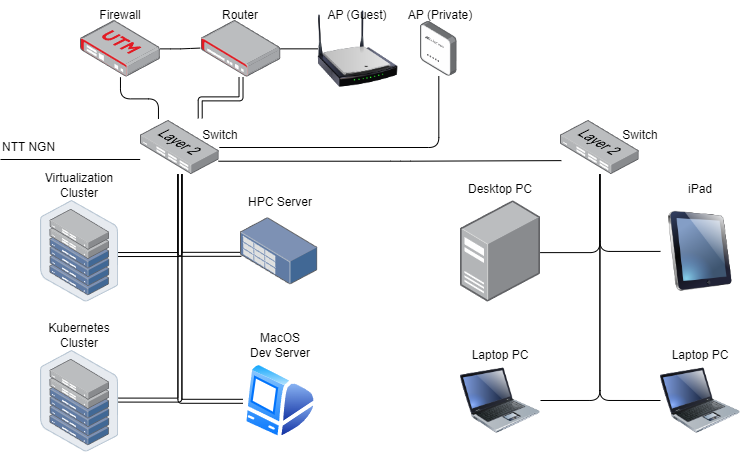
Earlier version of the draw.io export network/design/physical.drawio.png (dodolia907/Infra). Source tidied: cells renumbered, new cells last; positions are measured from the earlier drawing's top-left corner, leaving out a move shared by most shapes. Source of this version:
```xml
<mxGraphModel>
  <root>
    <mxCell id="0" />
    <mxCell id="1" parent="0" />
    <mxCell id="2" style="edgeStyle=orthogonalEdgeStyle;html=1;shape=link;entryX=0.758;entryY=-0.04;entryDx=0;entryDy=0;entryPerimeter=0;" parent="1" edge="1" source="3" target="14">
      <mxGeometry relative="1" as="geometry" />
    </mxCell>
    <mxCell id="3" style="points=[];html=1;align=center;shadow=0;dashed=0;image;image=img/lib/allied_telesis/security/Router_VPN.svg;" parent="1" vertex="1">
      <mxGeometry x="200.6" y="20" width="79.9" height="56.7" as="geometry" />
    </mxCell>
    <mxCell id="4" style="edgeStyle=orthogonalEdgeStyle;html=1;entryX=0.228;entryY=-0.029;entryDx=0;entryDy=0;entryPerimeter=0;endArrow=none;endFill=0;" parent="1" edge="1" source="6" target="14">
      <mxGeometry relative="1" as="geometry" />
    </mxCell>
    <mxCell id="5" style="edgeStyle=orthogonalEdgeStyle;html=1;entryX=-0.011;entryY=0.486;entryDx=0;entryDy=0;entryPerimeter=0;startArrow=none;startFill=0;endArrow=none;endFill=0;" parent="1" edge="1" source="6" target="3">
      <mxGeometry relative="1" as="geometry" />
    </mxCell>
    <mxCell id="6" style="points=[];html=1;align=center;shadow=0;dashed=0;image;image=img/lib/allied_telesis/security/Router_UTM.svg;" parent="1" vertex="1">
      <mxGeometry x="80" y="20" width="79.9" height="56.7" as="geometry" />
    </mxCell>
    <mxCell id="7" style="edgeStyle=orthogonalEdgeStyle;html=1;startArrow=none;startFill=0;endArrow=none;endFill=0;exitX=0.994;exitY=0.5;exitDx=0;exitDy=0;exitPerimeter=0;" parent="1" edge="1" source="3" target="19">
      <mxGeometry relative="1" as="geometry" />
    </mxCell>
    <mxCell id="8" style="edgeStyle=orthogonalEdgeStyle;html=1;startArrow=none;startFill=0;endArrow=none;endFill=0;" parent="1" edge="1" source="14" target="20">
      <mxGeometry relative="1" as="geometry" />
    </mxCell>
    <mxCell id="9" style="edgeStyle=orthogonalEdgeStyle;html=1;entryX=0.011;entryY=0.743;entryDx=0;entryDy=0;entryPerimeter=0;startArrow=none;startFill=0;endArrow=none;endFill=0;exitX=0.99;exitY=0.754;exitDx=0;exitDy=0;exitPerimeter=0;" parent="1" edge="1" source="14" target="28">
      <mxGeometry relative="1" as="geometry">
        <Array as="points">
          <mxPoint x="400" y="161" />
        </Array>
      </mxGeometry>
    </mxCell>
    <mxCell id="10" style="edgeStyle=orthogonalEdgeStyle;html=1;entryX=0.991;entryY=0.535;entryDx=0;entryDy=0;entryPerimeter=0;startArrow=none;startFill=0;endArrow=none;endFill=0;shape=link;" parent="1" edge="1" source="14" target="30">
      <mxGeometry relative="1" as="geometry">
        <Array as="points">
          <mxPoint x="179" y="254" />
          <mxPoint x="117" y="254" />
        </Array>
      </mxGeometry>
    </mxCell>
    <mxCell id="11" style="edgeStyle=orthogonalEdgeStyle;shape=link;html=1;entryX=0.997;entryY=0.488;entryDx=0;entryDy=0;entryPerimeter=0;startArrow=none;startFill=0;endArrow=none;endFill=0;" parent="1" edge="1" source="14" target="32">
      <mxGeometry relative="1" as="geometry">
        <Array as="points">
          <mxPoint x="179" y="400" />
        </Array>
      </mxGeometry>
    </mxCell>
    <mxCell id="12" style="edgeStyle=orthogonalEdgeStyle;shape=link;html=1;startArrow=none;startFill=0;endArrow=none;endFill=0;entryX=0.011;entryY=0.545;entryDx=0;entryDy=0;entryPerimeter=0;" parent="1" edge="1" source="14" target="34">
      <mxGeometry relative="1" as="geometry">
        <Array as="points">
          <mxPoint x="179" y="254" />
        </Array>
      </mxGeometry>
    </mxCell>
    <mxCell id="13" style="edgeStyle=orthogonalEdgeStyle;shape=link;html=1;entryX=0;entryY=0.5;entryDx=0;entryDy=0;startArrow=none;startFill=0;endArrow=none;endFill=0;" parent="1" edge="1" source="14" target="36">
      <mxGeometry relative="1" as="geometry">
        <Array as="points">
          <mxPoint x="179" y="401" />
        </Array>
      </mxGeometry>
    </mxCell>
    <mxCell id="14" style="points=[];html=1;align=center;shadow=0;dashed=0;image;image=img/lib/allied_telesis/switch/Switch_24_port_L2.svg;" parent="1" vertex="1">
      <mxGeometry x="140" y="120" width="78.8" height="54" as="geometry" />
    </mxCell>
    <mxCell id="15" value="Firewall" style="text;html=1;strokeColor=none;fillColor=none;align=center;verticalAlign=middle;whiteSpace=wrap;rounded=0;" parent="1" vertex="1">
      <mxGeometry x="79.9" width="80" height="30" as="geometry" />
    </mxCell>
    <mxCell id="16" value="Router" style="text;html=1;strokeColor=none;fillColor=none;align=center;verticalAlign=middle;whiteSpace=wrap;rounded=0;" parent="1" vertex="1">
      <mxGeometry x="200.4" width="80" height="30" as="geometry" />
    </mxCell>
    <mxCell id="17" style="endArrow=none;html=1;entryX=-0.004;entryY=0.722;entryDx=0;entryDy=0;entryPerimeter=0;startArrow=none;startFill=0;" parent="1" edge="1" target="14">
      <mxGeometry relative="1" as="geometry">
        <mxPoint y="159" as="sourcePoint" />
      </mxGeometry>
    </mxCell>
    <mxCell id="18" value="NTT NGN" style="text;html=1;strokeColor=none;fillColor=none;align=left;verticalAlign=middle;whiteSpace=wrap;rounded=0;" parent="1" vertex="1">
      <mxGeometry y="132" width="60" height="30" as="geometry" />
    </mxCell>
    <mxCell id="19" style="image;html=1;image=img/lib/clip_art/networking/Wireless_Router_N_128x128.png;" parent="1" vertex="1">
      <mxGeometry x="317.4" y="8.3" width="80" height="80" as="geometry" />
    </mxCell>
    <mxCell id="20" style="points=[];html=1;align=center;shadow=0;dashed=0;image;image=img/lib/allied_telesis/wireless/Access_Point_Indoor.svg;" parent="1" vertex="1">
      <mxGeometry x="420" y="21" width="36.6" height="54.6" as="geometry" />
    </mxCell>
    <mxCell id="21" value="AP (Private)" style="text;html=1;strokeColor=none;fillColor=none;align=center;verticalAlign=middle;whiteSpace=wrap;rounded=0;" parent="1" vertex="1">
      <mxGeometry x="400" width="80" height="30" as="geometry" />
    </mxCell>
    <mxCell id="22" value="AP (Guest)" style="text;html=1;strokeColor=none;fillColor=none;align=center;verticalAlign=middle;whiteSpace=wrap;rounded=0;" parent="1" vertex="1">
      <mxGeometry x="317.4" width="80" height="30" as="geometry" />
    </mxCell>
    <mxCell id="23" value="Switch" style="text;html=1;strokeColor=none;fillColor=none;align=center;verticalAlign=middle;whiteSpace=wrap;rounded=0;" parent="1" vertex="1">
      <mxGeometry x="180" y="120" width="80" height="30" as="geometry" />
    </mxCell>
    <mxCell id="24" style="edgeStyle=orthogonalEdgeStyle;html=1;entryX=0.996;entryY=0.512;entryDx=0;entryDy=0;entryPerimeter=0;startArrow=none;startFill=0;endArrow=none;endFill=0;" parent="1" edge="1" source="28" target="38">
      <mxGeometry relative="1" as="geometry">
        <Array as="points">
          <mxPoint x="599" y="252" />
        </Array>
      </mxGeometry>
    </mxCell>
    <mxCell id="25" style="edgeStyle=orthogonalEdgeStyle;html=1;entryX=0;entryY=0.5;entryDx=0;entryDy=0;startArrow=none;startFill=0;endArrow=none;endFill=0;" parent="1" edge="1" source="28" target="42">
      <mxGeometry relative="1" as="geometry">
        <Array as="points">
          <mxPoint x="599" y="251" />
        </Array>
      </mxGeometry>
    </mxCell>
    <mxCell id="26" style="edgeStyle=orthogonalEdgeStyle;html=1;entryX=0;entryY=0.5;entryDx=0;entryDy=0;startArrow=none;startFill=0;endArrow=none;endFill=0;" parent="1" edge="1" source="28" target="41">
      <mxGeometry relative="1" as="geometry">
        <Array as="points">
          <mxPoint x="599" y="400" />
        </Array>
      </mxGeometry>
    </mxCell>
    <mxCell id="27" style="edgeStyle=orthogonalEdgeStyle;html=1;entryX=1;entryY=0.5;entryDx=0;entryDy=0;startArrow=none;startFill=0;endArrow=none;endFill=0;" parent="1" edge="1" source="28" target="40">
      <mxGeometry relative="1" as="geometry">
        <Array as="points">
          <mxPoint x="599" y="400" />
        </Array>
      </mxGeometry>
    </mxCell>
    <mxCell id="28" style="points=[];html=1;align=center;shadow=0;dashed=0;image;image=img/lib/allied_telesis/switch/Switch_24_port_L2.svg;" parent="1" vertex="1">
      <mxGeometry x="560" y="120" width="78.8" height="54" as="geometry" />
    </mxCell>
    <mxCell id="29" value="Switch" style="text;html=1;strokeColor=none;fillColor=none;align=center;verticalAlign=middle;whiteSpace=wrap;rounded=0;" parent="1" vertex="1">
      <mxGeometry x="600" y="120" width="80" height="30" as="geometry" />
    </mxCell>
    <mxCell id="30" style="points=[];html=1;align=center;shadow=0;dashed=0;image;image=img/lib/allied_telesis/storage/Datacenter_Server_Half_Rack_ToR.svg;" parent="1" vertex="1">
      <mxGeometry x="40" y="200" width="78.2" height="101.6" as="geometry" />
    </mxCell>
    <mxCell id="31" value="Virtualization&lt;br&gt;Cluster" style="text;html=1;strokeColor=none;fillColor=none;align=center;verticalAlign=middle;whiteSpace=wrap;rounded=0;" parent="1" vertex="1">
      <mxGeometry x="39.1" y="170" width="80" height="30" as="geometry" />
    </mxCell>
    <mxCell id="32" style="points=[];html=1;align=center;shadow=0;dashed=0;image;image=img/lib/allied_telesis/storage/Datacenter_Server_Half_Rack_ToR.svg;" parent="1" vertex="1">
      <mxGeometry x="40" y="350" width="78.2" height="101.6" as="geometry" />
    </mxCell>
    <mxCell id="33" value="Kubernetes&lt;br&gt;Cluster" style="text;html=1;strokeColor=none;fillColor=none;align=center;verticalAlign=middle;whiteSpace=wrap;rounded=0;" parent="1" vertex="1">
      <mxGeometry x="39.1" y="320" width="80" height="30" as="geometry" />
    </mxCell>
    <mxCell id="34" style="points=[];html=1;align=center;shadow=0;dashed=0;image;image=img/lib/allied_telesis/storage/Datacenter_Server_Rack_Storage_Unit_Small.svg;" parent="1" vertex="1">
      <mxGeometry x="240" y="217.2" width="77.4" height="67.2" as="geometry" />
    </mxCell>
    <mxCell id="35" value="HPC Server" style="text;html=1;strokeColor=none;fillColor=none;align=center;verticalAlign=middle;whiteSpace=wrap;rounded=0;" parent="1" vertex="1">
      <mxGeometry x="240" y="187.2" width="80" height="30" as="geometry" />
    </mxCell>
    <mxCell id="36" style="perimeter=ellipsePerimeter;html=1;align=center;shadow=0;dashed=0;spacingTop=3;image;image=img/lib/active_directory/mac_client.svg;" parent="1" vertex="1">
      <mxGeometry x="242.4" y="360.8" width="75.2" height="80" as="geometry" />
    </mxCell>
    <mxCell id="37" value="MacOS&lt;br&gt;Dev Server" style="text;html=1;strokeColor=none;fillColor=none;align=center;verticalAlign=middle;whiteSpace=wrap;rounded=0;" parent="1" vertex="1">
      <mxGeometry x="240" y="330" width="80" height="30" as="geometry" />
    </mxCell>
    <mxCell id="38" style="points=[];html=1;align=center;shadow=0;dashed=0;image;image=img/lib/allied_telesis/computer_and_terminals/Server_Desktop.svg;" parent="1" vertex="1">
      <mxGeometry x="460" y="200.2" width="80" height="101.4" as="geometry" />
    </mxCell>
    <mxCell id="39" value="Desktop PC" style="text;html=1;strokeColor=none;fillColor=none;align=center;verticalAlign=middle;whiteSpace=wrap;rounded=0;" parent="1" vertex="1">
      <mxGeometry x="460" y="174" width="80" height="30" as="geometry" />
    </mxCell>
    <mxCell id="40" style="image;html=1;image=img/lib/clip_art/computers/Laptop_128x128.png;" parent="1" vertex="1">
      <mxGeometry x="460" y="360" width="80" height="80" as="geometry" />
    </mxCell>
    <mxCell id="41" style="image;html=1;image=img/lib/clip_art/computers/Laptop_128x128.png;" parent="1" vertex="1">
      <mxGeometry x="660" y="360" width="80" height="80" as="geometry" />
    </mxCell>
    <mxCell id="42" style="image;html=1;image=img/lib/clip_art/computers/iPad_128x128.png;" parent="1" vertex="1">
      <mxGeometry x="660" y="210.9" width="80" height="80" as="geometry" />
    </mxCell>
    <mxCell id="43" value="iPad" style="text;html=1;strokeColor=none;fillColor=none;align=center;verticalAlign=middle;whiteSpace=wrap;rounded=0;" parent="1" vertex="1">
      <mxGeometry x="660" y="174" width="80" height="30" as="geometry" />
    </mxCell>
    <mxCell id="44" value="Laptop PC" style="text;html=1;strokeColor=none;fillColor=none;align=center;verticalAlign=middle;whiteSpace=wrap;rounded=0;" parent="1" vertex="1">
      <mxGeometry x="460" y="340" width="80" height="30" as="geometry" />
    </mxCell>
    <mxCell id="45" value="Laptop PC" style="text;html=1;strokeColor=none;fillColor=none;align=center;verticalAlign=middle;whiteSpace=wrap;rounded=0;" parent="1" vertex="1">
      <mxGeometry x="660" y="340" width="80" height="30" as="geometry" />
    </mxCell>
  </root>
</mxGraphModel>
```
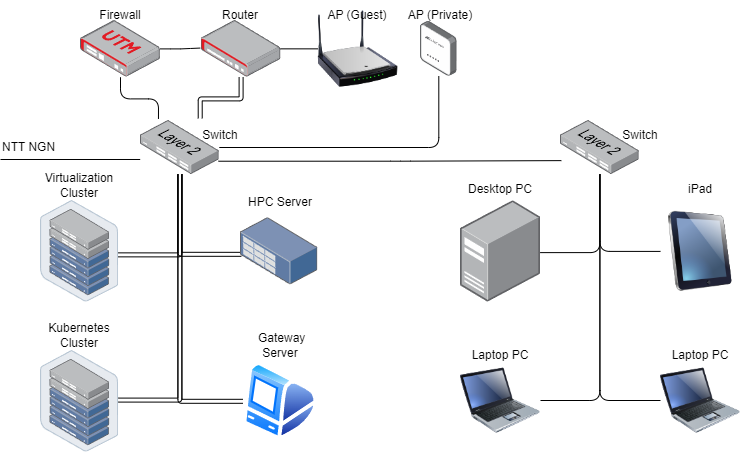
The same diagram one commit later.

Diff of the diagram source:
```diff
@@ -146,7 +146,7 @@
     <mxCell id="36" style="perimeter=ellipsePerimeter;html=1;align=center;shadow=0;dashed=0;spacingTop=3;image;image=img/lib/active_directory/mac_client.svg;" parent="1" vertex="1">
       <mxGeometry x="242.4" y="360.8" width="75.2" height="80" as="geometry" />
     </mxCell>
-    <mxCell id="37" value="MacOS&lt;br&gt;Dev Server" style="text;html=1;strokeColor=none;fillColor=none;align=center;verticalAlign=middle;whiteSpace=wrap;rounded=0;" parent="1" vertex="1">
+    <mxCell id="37" value="&amp;nbsp;Gateway Server" style="text;html=1;strokeColor=none;fillColor=none;align=center;verticalAlign=middle;whiteSpace=wrap;rounded=0;" parent="1" vertex="1">
       <mxGeometry x="240" y="330" width="80" height="30" as="geometry" />
     </mxCell>
     <mxCell id="38" style="points=[];html=1;align=center;shadow=0;dashed=0;image;image=img/lib/allied_telesis/computer_and_terminals/Server_Desktop.svg;" parent="1" vertex="1">
```
